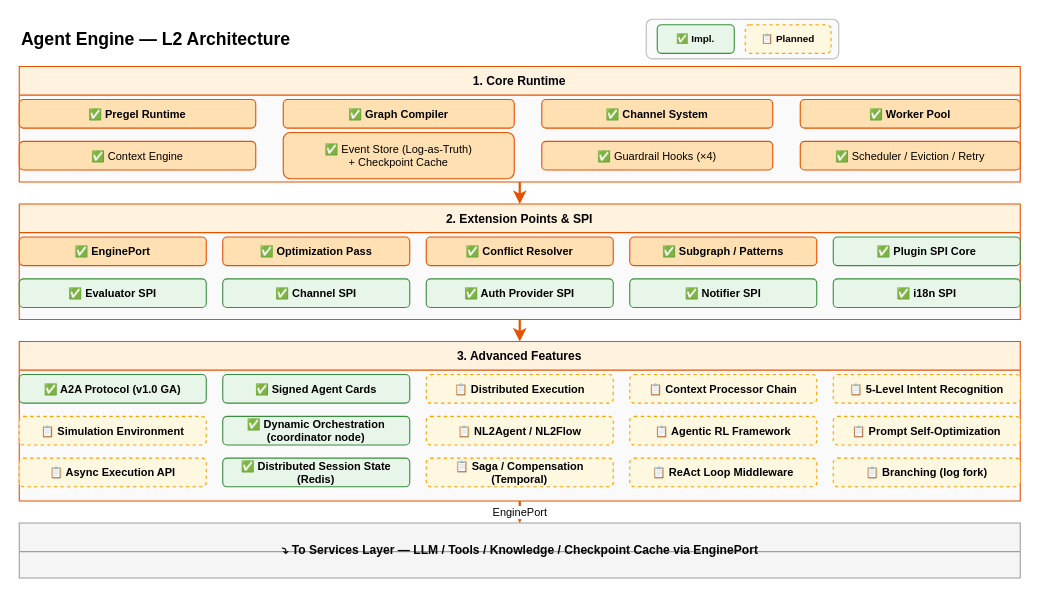
Earlier version of the draw.io diagram docs/design/hardware/agent-engine-l2.drawio (xueyufish/hecate). Source tidied: cells renumbered, new cells numbered last; positions are measured from the earlier drawing's top-left corner, leaving out a move shared by most shapes. Both pictures are drawn from the tidied source at 110%, with x=0, y=0 at pixel (19, 19).
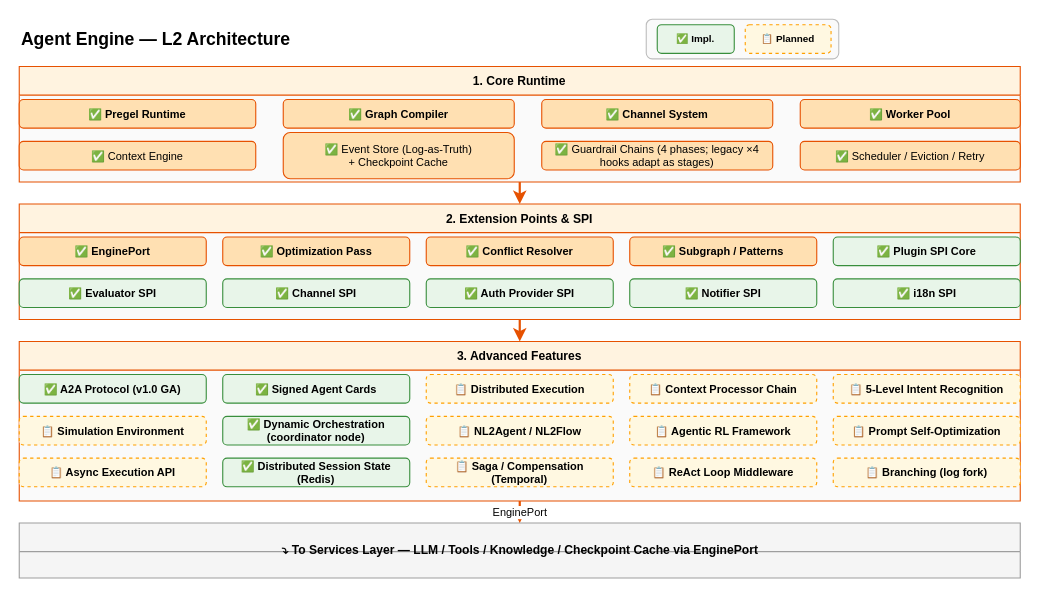
Above is the later version.

Unchanged cells that the change refers to:
```xml
<mxCell id="6" value="1. Core Runtime" style="swimlane;startSize=26;fillColor=#FFF3E0;strokeColor=#E65100;fontSize=11;fontStyle=1;swimlaneFillColor=#FAFAFA;" parent="1" vertex="1">
  <mxGeometry y="43" width="910" height="105" as="geometry" />
</mxCell>
```

The edit, as a diff of the source:
```diff
@@
-    <mxCell id="13" value="✅ Guardrail Hooks (×4)" style="rounded=1;whiteSpace=wrap;html=1;fillColor=#FFE0B2;strokeColor=#E65100;fontSize=10;" parent="6" vertex="1">
+    <mxCell id="13" value="✅ Guardrail Chains (4 phases; legacy ×4 hooks adapt as stages)" style="rounded=1;whiteSpace=wrap;html=1;fillColor=#FFE0B2;strokeColor=#E65100;fontSize=10;" parent="6" vertex="1">
       <mxGeometry x="475" y="68" width="210" height="26" as="geometry" />
     </mxCell>
```
